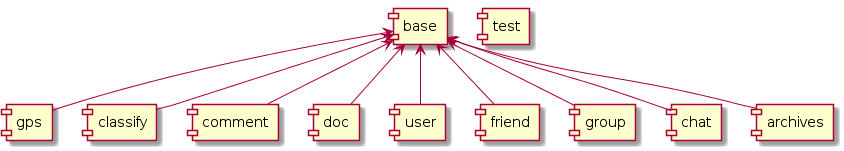
Before: doc/module.png, a diagram exported from PlantUML (wangscript007/ranch).
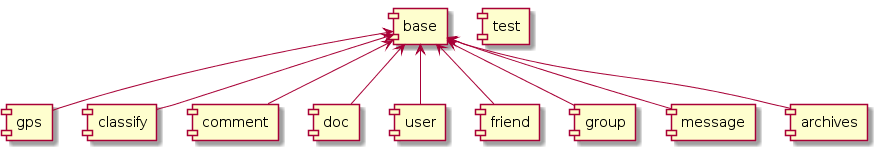
After the commit.

The edit, as a diff of the source:
```diff
@@ -7,7 +7,7 @@
 [base] <-- [user]
 [base] <-- [friend]
 [base] <-- [group]
-[base] <-- [chat]
+[base] <-- [message]
 [base] <-- [archives]
 [test]
 
```
